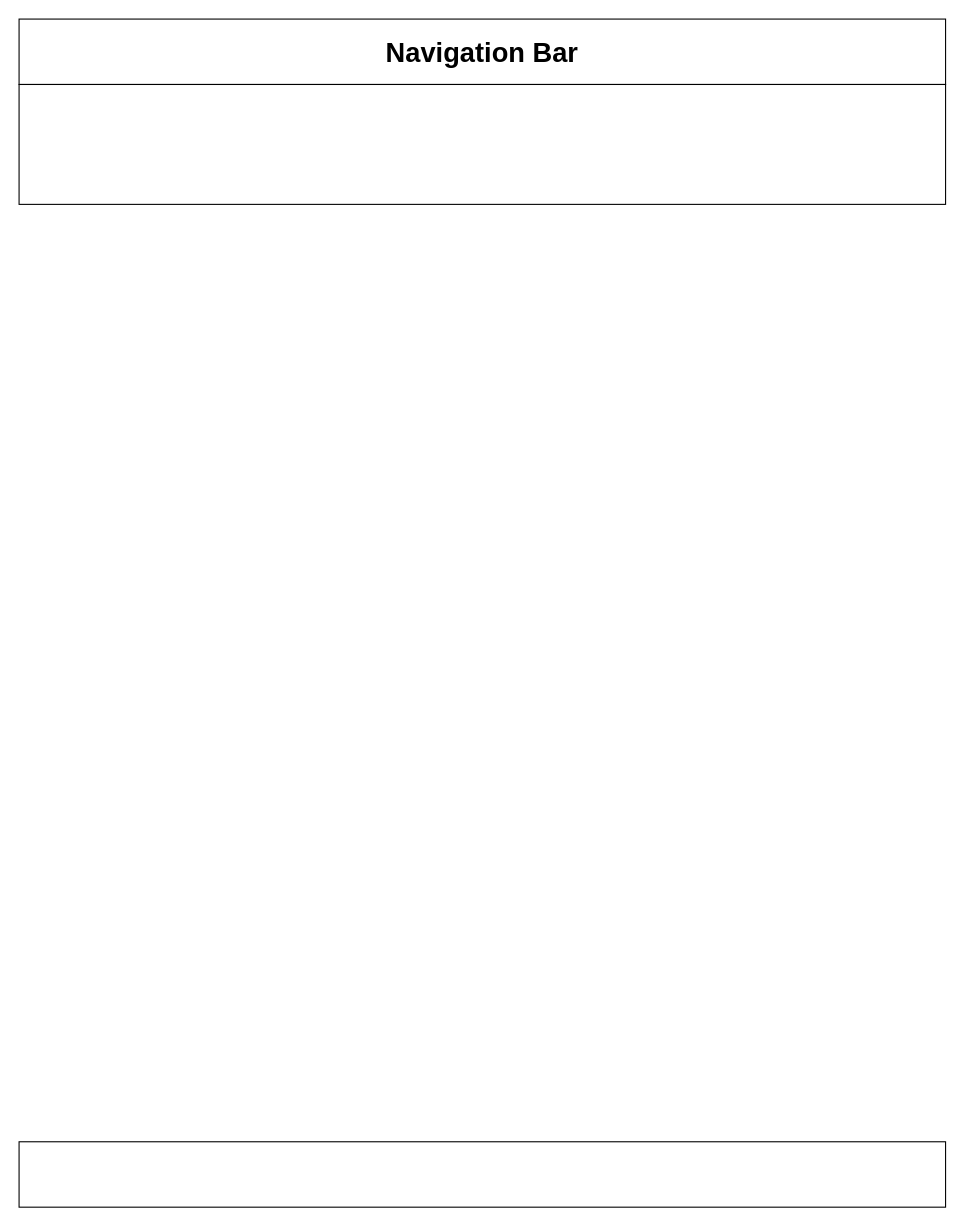
This is DesktopPage.drawio from Meg7373/Project_2_Website_with_Search_Engine, a draw.io file, before an edit. Source tidied: cells renumbered, new cells numbered last; positions are measured from the earlier drawing's top-left corner, leaving out a move shared by most shapes. Both pictures are drawn from the tidied source at 109%, with x=0, y=0 at pixel (19, 19).
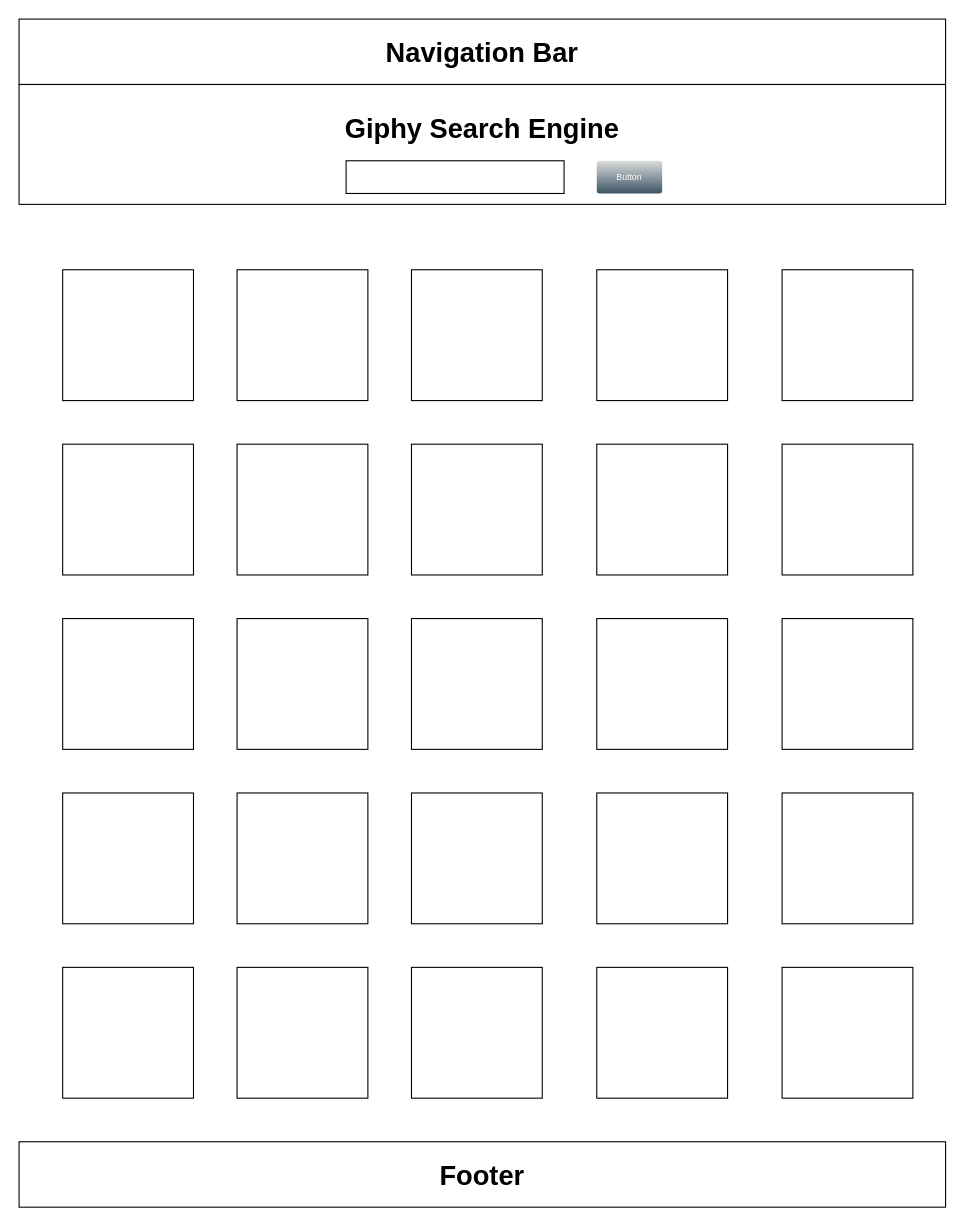
Above is the later version.

What changed in the source:
```diff
@@
-    <mxCell id="3" style="rounded=0;whiteSpace=wrap;html=1;" parent="1" vertex="1">
+    <mxCell id="3" value="&lt;b&gt;&lt;font style=&quot;font-size: 25px;&quot;&gt;Footer&lt;/font&gt;&lt;/b&gt;" style="rounded=0;whiteSpace=wrap;html=1;" parent="1" vertex="1">
       <mxGeometry y="1030" width="850" height="60" as="geometry" />
     </mxCell>
-    <mxCell id="4" style="rounded=0;whiteSpace=wrap;html=1;" parent="1" vertex="1">
+    <mxCell id="4" value="Giphy Search Engine&lt;div&gt;&lt;br&gt;&lt;/div&gt;" style="rounded=0;whiteSpace=wrap;html=1;fontStyle=1;fontSize=25;" parent="1" vertex="1">
       <mxGeometry y="60" width="850" height="110" as="geometry" />
     </mxCell>
+    <mxCell id="5" style="rounded=0;whiteSpace=wrap;html=1;" parent="1" vertex="1">
+      <mxGeometry x="300" y="130" width="200" height="30" as="geometry" />
+    </mxCell>
+    <mxCell id="6" style="whiteSpace=wrap;html=1;" parent="1" vertex="1">
+      <mxGeometry x="40" y="230" width="120" height="120" as="geometry" />
+    </mxCell>
+    <mxCell id="7" style="whiteSpace=wrap;html=1;" parent="1" vertex="1">
+      <mxGeometry x="200" y="230" width="120" height="120" as="geometry" />
+    </mxCell>
+    <mxCell id="8" style="whiteSpace=wrap;html=1;" parent="1" vertex="1">
+      <mxGeometry x="360" y="230" width="120" height="120" as="geometry" />
+    </mxCell>
+    <mxCell id="9" style="whiteSpace=wrap;html=1;" parent="1" vertex="1">
+      <mxGeometry x="530" y="230" width="120" height="120" as="geometry" />
+    </mxCell>
+    <mxCell id="10" style="whiteSpace=wrap;html=1;" parent="1" vertex="1">
+      <mxGeometry x="700" y="230" width="120" height="120" as="geometry" />
+    </mxCell>
+    <mxCell id="11" style="whiteSpace=wrap;html=1;" parent="1" vertex="1">
+      <mxGeometry x="40" y="390" width="120" height="120" as="geometry" />
+    </mxCell>
+    <mxCell id="12" style="whiteSpace=wrap;html=1;" parent="1" vertex="1">
+      <mxGeometry x="40" y="550" width="120" height="120" as="geometry" />
+    </mxCell>
+    <mxCell id="13" style="whiteSpace=wrap;html=1;" parent="1" vertex="1">
+      <mxGeometry x="40" y="710" width="120" height="120" as="geometry" />
+    </mxCell>
+    <mxCell id="14" style="whiteSpace=wrap;html=1;" parent="1" vertex="1">
+      <mxGeometry x="40" y="870" width="120" height="120" as="geometry" />
+    </mxCell>
+    <mxCell id="15" style="whiteSpace=wrap;html=1;" parent="1" vertex="1">
+      <mxGeometry x="200" y="390" width="120" height="120" as="geometry" />
+    </mxCell>
+    <mxCell id="16" style="whiteSpace=wrap;html=1;" parent="1" vertex="1">
+      <mxGeometry x="200" y="550" width="120" height="120" as="geometry" />
+    </mxCell>
+    <mxCell id="17" style="whiteSpace=wrap;html=1;" parent="1" vertex="1">
+      <mxGeometry x="200" y="710" width="120" height="120" as="geometry" />
+    </mxCell>
+    <mxCell id="18" style="whiteSpace=wrap;html=1;" parent="1" vertex="1">
+      <mxGeometry x="200" y="870" width="120" height="120" as="geometry" />
+    </mxCell>
+    <mxCell id="19" style="whiteSpace=wrap;html=1;" parent="1" vertex="1">
+      <mxGeometry x="360" y="390" width="120" height="120" as="geometry" />
+    </mxCell>
+    <mxCell id="20" style="whiteSpace=wrap;html=1;" parent="1" vertex="1">
+      <mxGeometry x="360" y="550" width="120" height="120" as="geometry" />
+    </mxCell>
+    <mxCell id="21" style="whiteSpace=wrap;html=1;" parent="1" vertex="1">
+      <mxGeometry x="360" y="870" width="120" height="120" as="geometry" />
+    </mxCell>
+    <mxCell id="22" style="whiteSpace=wrap;html=1;" parent="1" vertex="1">
+      <mxGeometry x="360" y="710" width="120" height="120" as="geometry" />
+    </mxCell>
+    <mxCell id="23" style="whiteSpace=wrap;html=1;" parent="1" vertex="1">
+      <mxGeometry x="530" y="390" width="120" height="120" as="geometry" />
+    </mxCell>
+    <mxCell id="24" style="whiteSpace=wrap;html=1;" parent="1" vertex="1">
+      <mxGeometry x="530" y="550" width="120" height="120" as="geometry" />
+    </mxCell>
+    <mxCell id="25" style="whiteSpace=wrap;html=1;" parent="1" vertex="1">
+      <mxGeometry x="530" y="710" width="120" height="120" as="geometry" />
+    </mxCell>
+    <mxCell id="26" style="whiteSpace=wrap;html=1;" parent="1" vertex="1">
+      <mxGeometry x="530" y="870" width="120" height="120" as="geometry" />
+    </mxCell>
+    <mxCell id="27" style="whiteSpace=wrap;html=1;" parent="1" vertex="1">
+      <mxGeometry x="700" y="390" width="120" height="120" as="geometry" />
+    </mxCell>
+    <mxCell id="28" style="whiteSpace=wrap;html=1;" parent="1" vertex="1">
+      <mxGeometry x="700" y="550" width="120" height="120" as="geometry" />
+    </mxCell>
+    <mxCell id="29" style="whiteSpace=wrap;html=1;" parent="1" vertex="1">
+      <mxGeometry x="700" y="710" width="120" height="120" as="geometry" />
+    </mxCell>
+    <mxCell id="30" style="whiteSpace=wrap;html=1;" parent="1" vertex="1">
+      <mxGeometry x="700" y="870" width="120" height="120" as="geometry" />
+    </mxCell>
+    <mxCell id="31" value="Button" style="strokeWidth=1;html=1;shadow=0;dashed=0;shape=mxgraph.ios.iButton;strokeColor=#444444;fontColor=#ffffff;buttonText=;fontSize=8;fillColor=#dddddd;fillColor2=#3D5565;whiteSpace=wrap;align=center;sketch=0;" parent="1" vertex="1">
+      <mxGeometry x="530" y="130" width="60" height="30" as="geometry" />
+    </mxCell>
```
